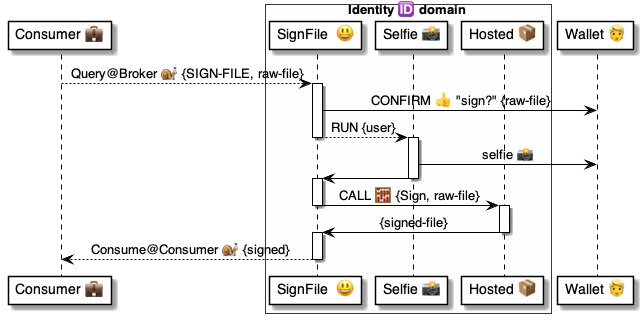
The PlantUML diagram 4 ⚙️ Solution/50 🫥 Agent domains/Identifiers 🆔/🆔😃 Identifier talkers/SignFile ✍️ disclose/🆔 SignFile ⚙️ uml.png in pollyweb-org/pollyweb-docs, before a commit. Its source is kept beside it as 4 ⚙️ Solution/50 🫥 Agent domains/Identifiers 🆔/🆔😃 Identifier talkers/SignFile ✍️ disclose/🆔 SignFile ⚙️ uml.puml.
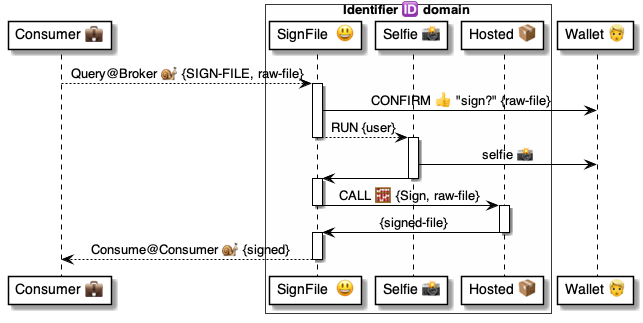
The same file after the commit.

Diff of the diagram source:
```diff
@@ -1,7 +1,7 @@
 @startuml SignFile
 
 participant "Consumer 💼" as consumer
-box Identity 🆔 domain #FFFFFA
+box Identifier 🆔 domain #FFFFFA
     participant "SignFile  😃" as script
     participant "Selfie 📸" as identify
     participant "Hosted 📦" as hosted
```
